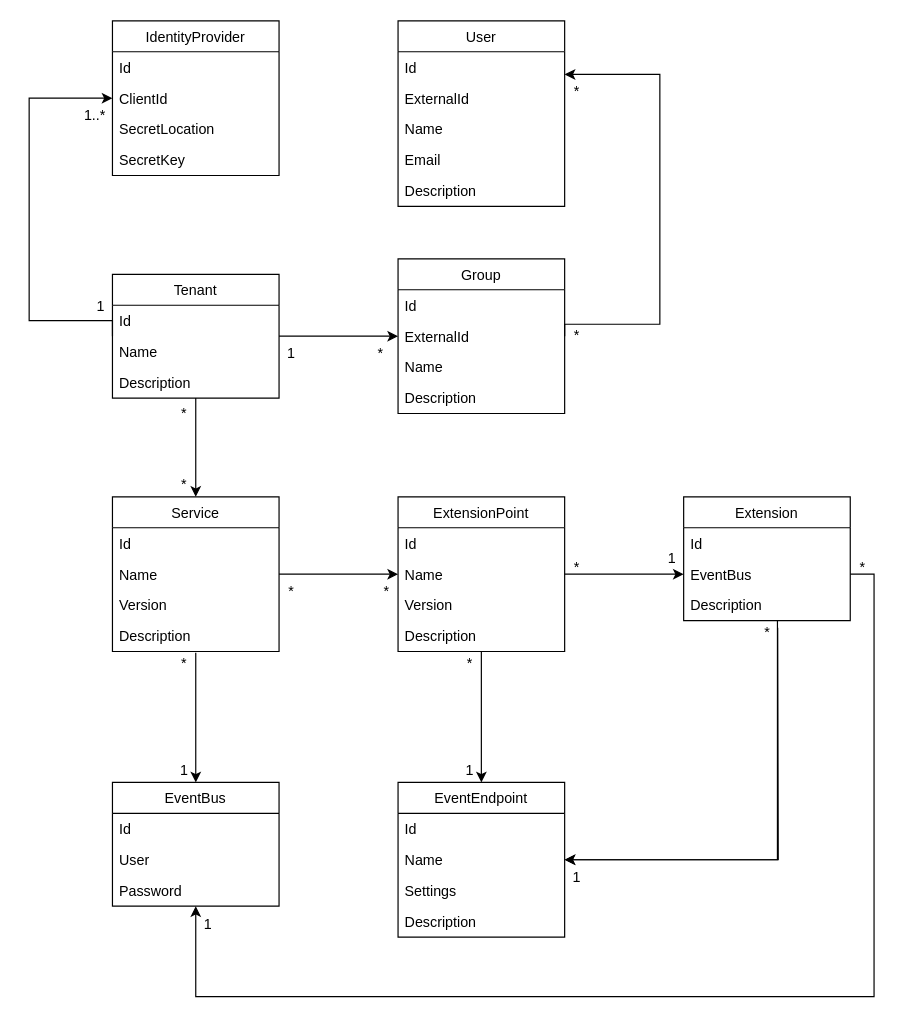
This is diagrams/Untitled Diagram.drawio from idarb-oss/alinea-doc, a draw.io file, before an edit. Source tidied: cells renumbered, new cells numbered last; positions are measured from the earlier drawing's top-left corner, leaving out a move shared by most shapes. Both pictures are drawn from the tidied source at 119%, with x=0, y=0 at pixel (29, 20).
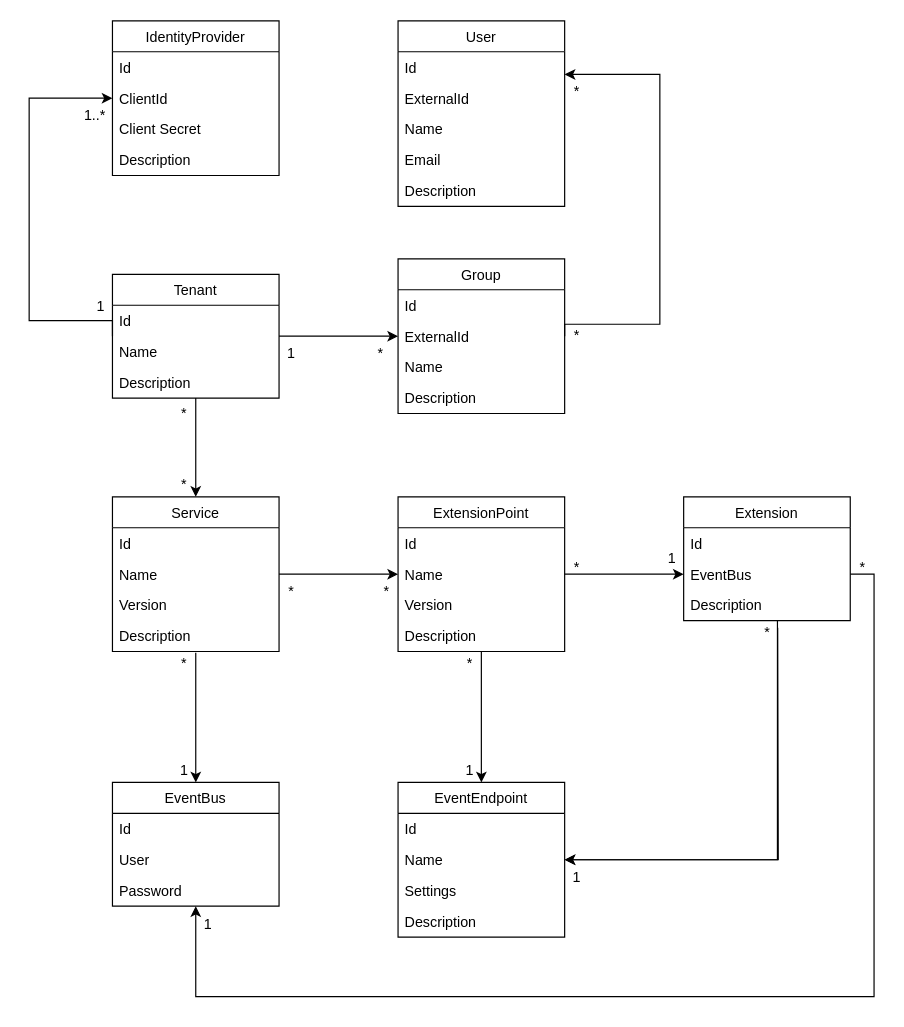
After the change.

Unchanged cells that the change refers to:
```xml
<mxCell id="32" value="IdentityProvider" style="swimlane;fontStyle=0;horizontal=1;startSize=26;fillColor=none;" parent="1" vertex="1">
  <mxGeometry x="70" width="140" height="130" as="geometry" />
</mxCell>
```

Change to the diagram source:
```diff
@@
-    <mxCell id="35" value="SecretLocation" style="text;strokeColor=none;fillColor=none;align=left;verticalAlign=top;spacingLeft=4;spacingRight=4;overflow=hidden;" parent="32" vertex="1">
+    <mxCell id="35" value="Client Secret" style="text;strokeColor=none;fillColor=none;align=left;verticalAlign=top;spacingLeft=4;spacingRight=4;overflow=hidden;" parent="32" vertex="1">
       <mxGeometry y="78" width="140" height="26" as="geometry" />
     </mxCell>
-    <mxCell id="36" value="SecretKey" style="text;strokeColor=none;fillColor=none;align=left;verticalAlign=top;spacingLeft=4;spacingRight=4;overflow=hidden;" parent="32" vertex="1">
+    <mxCell id="36" value="Description" style="text;strokeColor=none;fillColor=none;align=left;verticalAlign=top;spacingLeft=4;spacingRight=4;overflow=hidden;" parent="32" vertex="1">
       <mxGeometry y="104" width="140" height="26" as="geometry" />
     </mxCell>
```
